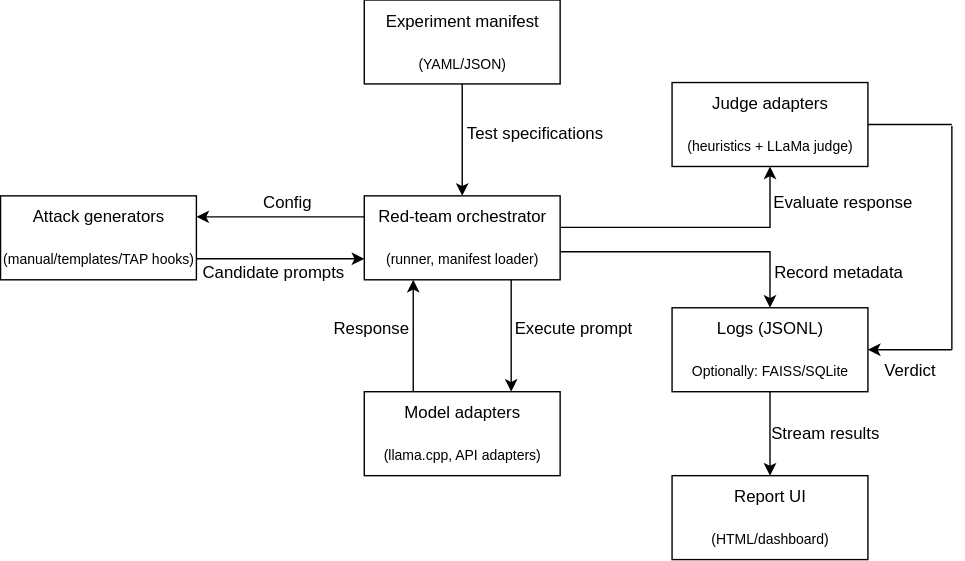
Above: thesis/obrazky-figures/design.svg in H0CK3Y03/sentinel (draw.io), before the change. Source tidied: cells renumbered, new cells last; positions are measured from the earlier drawing's top-left corner, leaving out a move shared by most shapes.
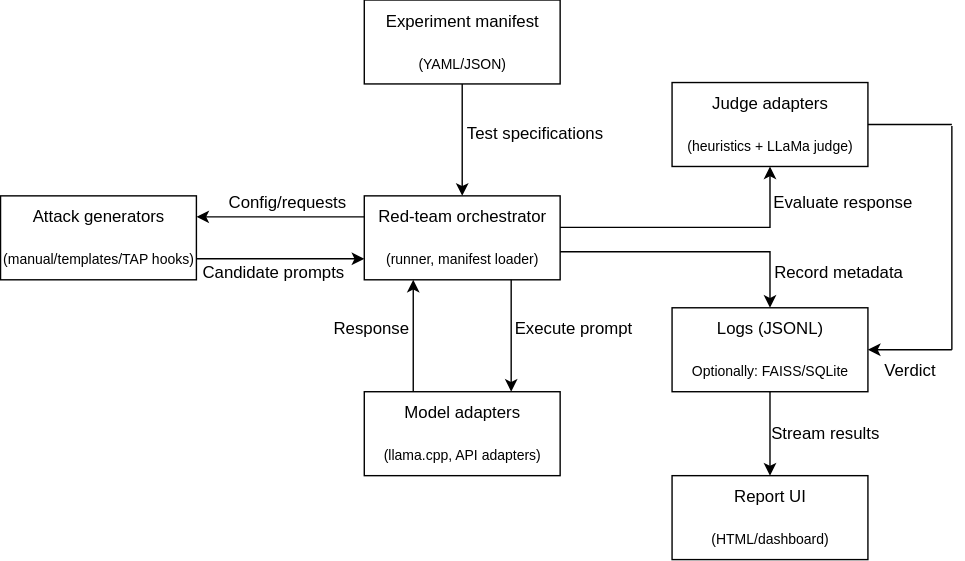
After the change.

Commit message:
Updated design diagram

What changed in the source:
```diff
@@ -95,8 +95,8 @@
     <mxCell id="32" style="endArrow=classic;html=1;rounded=0;exitX=0;exitY=0.5;exitDx=0;exitDy=0;entryX=1;entryY=0.5;entryDx=0;entryDy=0;" parent="1" edge="1" source="4" target="12">
       <mxGeometry relative="1" as="geometry" />
     </mxCell>
-    <mxCell id="33" value="Config" style="text;html=1;whiteSpace=wrap;strokeColor=none;fillColor=none;align=center;verticalAlign=middle;rounded=0;" parent="1" vertex="1">
-      <mxGeometry x="175" y="130" width="60" height="30" as="geometry" />
+    <mxCell id="33" value="Config/requests" style="text;html=1;whiteSpace=wrap;strokeColor=none;fillColor=none;align=center;verticalAlign=middle;rounded=0;" parent="1" vertex="1">
+      <mxGeometry x="150" y="130" width="110" height="30" as="geometry" />
     </mxCell>
     <mxCell id="34" style="endArrow=classic;html=1;rounded=0;exitX=1;exitY=0.5;exitDx=0;exitDy=0;entryX=0;entryY=0.5;entryDx=0;entryDy=0;" parent="1" edge="1" source="13" target="5">
       <mxGeometry relative="1" as="geometry" />
```
